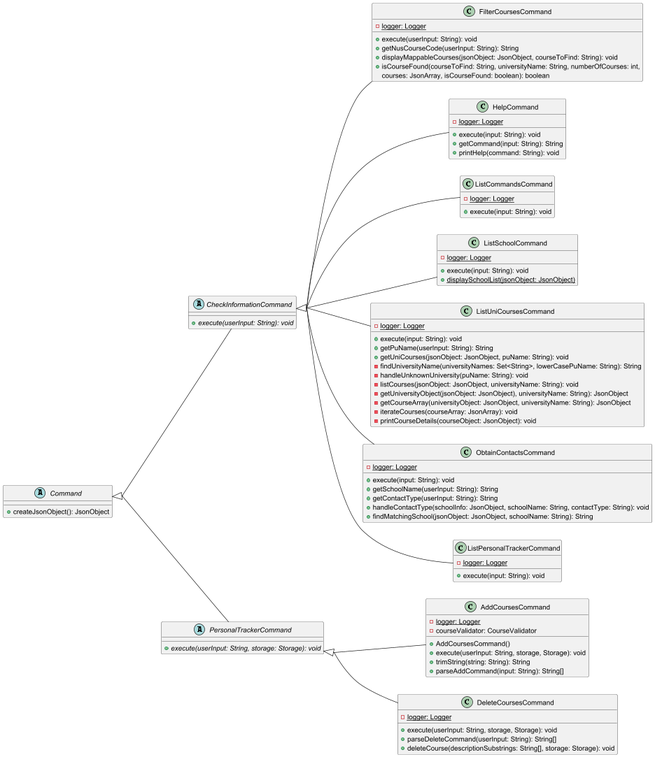
The PlantUML diagram docs/images/CommandClass.png in nus-cs2113-AY2425S1/tp, before a commit.
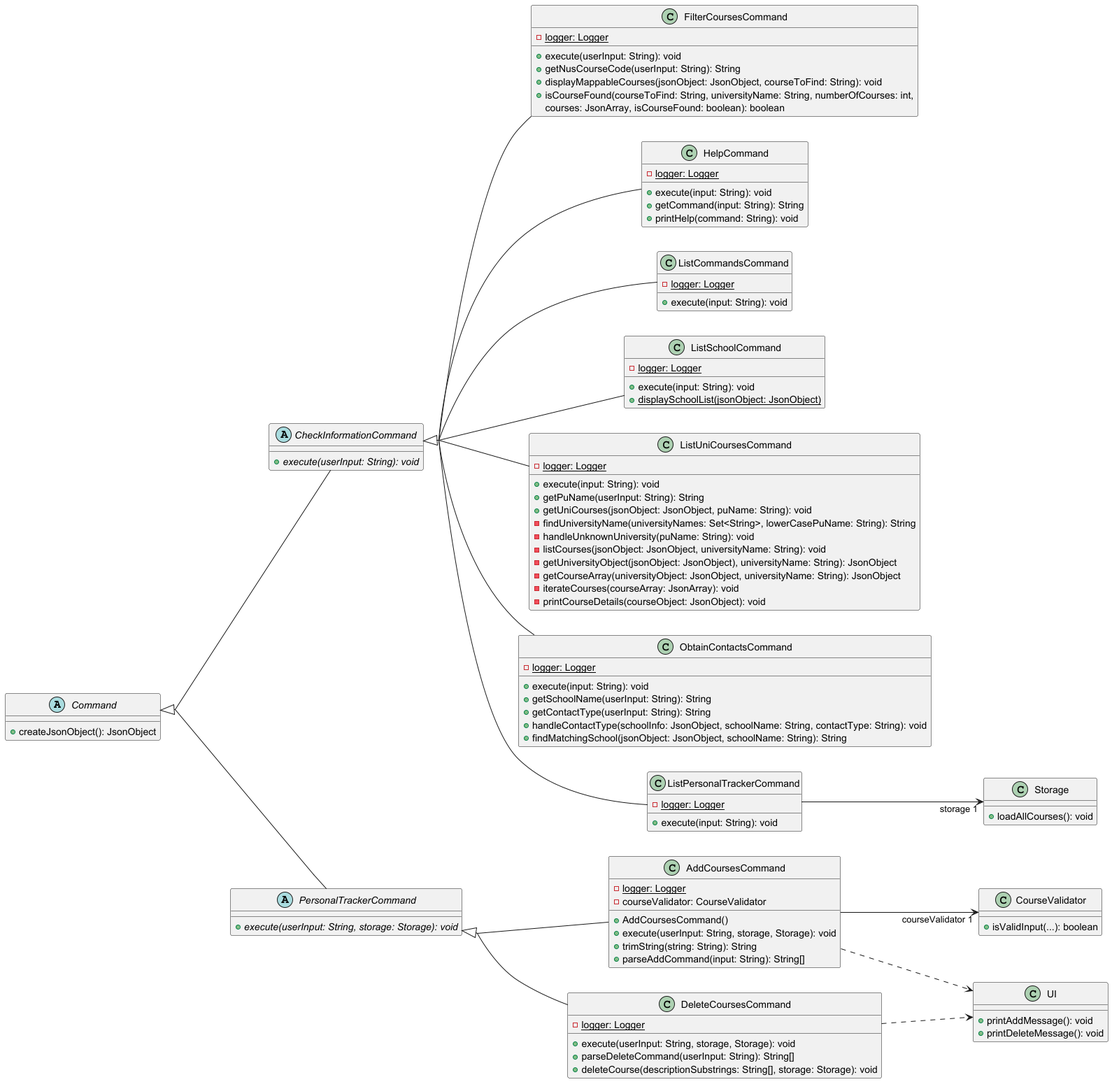
The same diagram one commit later.

Commit message:
Update command class diagram image

Diff of the diagram source:
```diff
@@ -85,4 +85,15 @@
     +execute(input: String): void
 }
 
+ListPersonalTrackerCommand --> "storage 1" Storage
+Storage : +loadAllCourses(): void
+
+AddCoursesCommand --> "courseValidator 1" CourseValidator
+CourseValidator : +isValidInput(...): boolean
+AddCoursesCommand ..> UI
+UI : +printAddMessage(): void
+
+DeleteCoursesCommand ..> UI
+UI : +printDeleteMessage(): void
+
 @enduml
```
